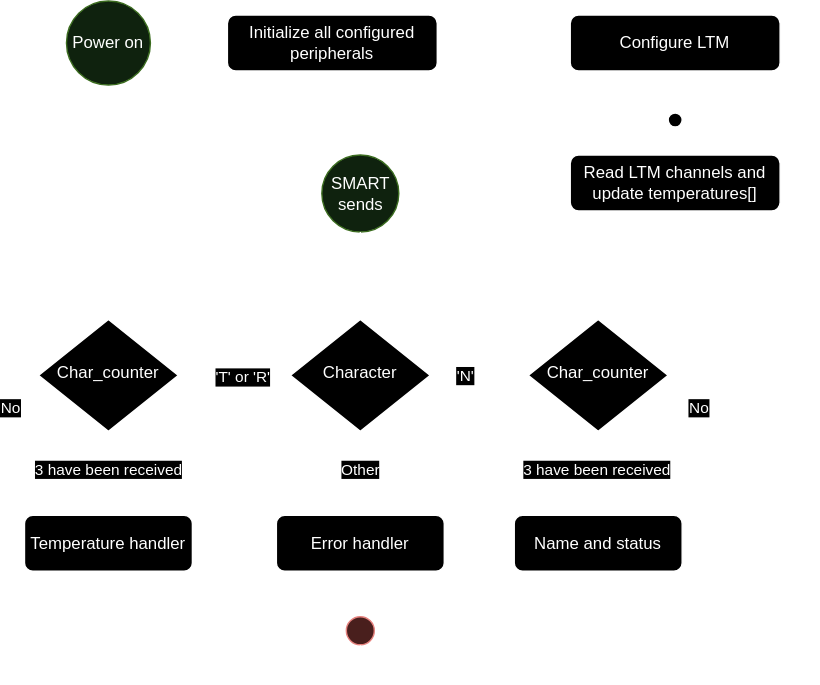
Earlier version of the draw.io export STM_LTM.svg (CCTVal/STM_LTM). Source tidied: cells renumbered, new cells last; positions are measured from the earlier drawing's top-left corner, leaving out a move shared by most shapes. The source it was exported from:
```xml
<mxGraphModel>
  <root>
    <mxCell id="0" />
    <mxCell id="1" parent="0" />
    <mxCell id="2" style="edgeStyle=orthogonalEdgeStyle;rounded=0;jettySize=auto;html=1;" parent="1" edge="1" source="3" target="14">
      <mxGeometry relative="1" as="geometry" />
    </mxCell>
    <mxCell id="3" value="Initialize all configured peripherals" style="rounded=1;whiteSpace=wrap;html=1;fontSize=12;glass=0;strokeWidth=1;shadow=0;" parent="1" vertex="1">
      <mxGeometry x="145" y="10" width="150" height="40" as="geometry" />
    </mxCell>
    <mxCell id="4" style="rounded=0;html=1;jettySize=auto;fontSize=11;endArrow=block;endFill=0;endSize=8;strokeWidth=1;shadow=0;labelBackgroundColor=none;edgeStyle=orthogonalEdgeStyle;" parent="1" edge="1" source="10" target="12">
      <mxGeometry x="-0.25" y="50" relative="1" as="geometry" />
    </mxCell>
    <mxCell id="5" value="Other" style="edgeLabel;html=1;align=center;verticalAlign=middle;" parent="4" vertex="1">
      <mxGeometry x="-0.11" y="-1" relative="1" as="geometry" />
    </mxCell>
    <mxCell id="6" style="edgeStyle=orthogonalEdgeStyle;rounded=0;jettySize=auto;html=1;" parent="1" edge="1" source="10" target="29">
      <mxGeometry relative="1" as="geometry" />
    </mxCell>
    <mxCell id="7" value="'N'" style="edgeLabel;html=1;align=center;verticalAlign=middle;" parent="6" vertex="1">
      <mxGeometry x="-0.32" relative="1" as="geometry">
        <mxPoint x="1" as="offset" />
      </mxGeometry>
    </mxCell>
    <mxCell id="8" style="edgeStyle=orthogonalEdgeStyle;rounded=0;jettySize=auto;html=1;" parent="1" edge="1" source="10" target="37">
      <mxGeometry relative="1" as="geometry" />
    </mxCell>
    <mxCell id="9" value="'T' or 'R'" style="edgeLabel;html=1;align=center;verticalAlign=middle;" parent="8" vertex="1">
      <mxGeometry x="-0.15" y="1" relative="1" as="geometry" />
    </mxCell>
    <mxCell id="10" value="Character" style="rhombus;whiteSpace=wrap;html=1;shadow=0;fontFamily=Helvetica;fontSize=12;align=center;strokeWidth=1;spacing=6;spacingTop=-4;" parent="1" vertex="1">
      <mxGeometry x="190" y="227.5" width="100" height="80" as="geometry" />
    </mxCell>
    <mxCell id="11" style="edgeStyle=orthogonalEdgeStyle;rounded=0;jettySize=auto;html=1;" parent="1" edge="1" source="12" target="32">
      <mxGeometry relative="1" as="geometry" />
    </mxCell>
    <mxCell id="12" value="Error handler" style="rounded=1;whiteSpace=wrap;html=1;fontSize=12;glass=0;strokeWidth=1;shadow=0;" parent="1" vertex="1">
      <mxGeometry x="180" y="367.5" width="120" height="40" as="geometry" />
    </mxCell>
    <mxCell id="13" style="edgeStyle=orthogonalEdgeStyle;rounded=0;jettySize=auto;html=1;" parent="1" edge="1" source="18" target="16">
      <mxGeometry relative="1" as="geometry" />
    </mxCell>
    <mxCell id="14" value="Configure LTM" style="rounded=1;whiteSpace=wrap;html=1;fontSize=12;glass=0;strokeWidth=1;shadow=0;" parent="1" vertex="1">
      <mxGeometry x="390" y="10" width="150" height="40" as="geometry" />
    </mxCell>
    <mxCell id="15" style="edgeStyle=orthogonalEdgeStyle;rounded=0;jettySize=auto;html=1;exitX=1;exitY=0.5;exitDx=0;exitDy=0;entryX=1;entryY=0.5;entryDx=0;entryDy=0;" parent="1" edge="1" source="16" target="18">
      <mxGeometry relative="1" as="geometry" />
    </mxCell>
    <mxCell id="16" value="&lt;div&gt;Read LTM channels and update temperatures[]&lt;/div&gt;" style="rounded=1;whiteSpace=wrap;html=1;fontSize=12;glass=0;strokeWidth=1;shadow=0;verticalAlign=middle;" parent="1" vertex="1">
      <mxGeometry x="390" y="110" width="150" height="40" as="geometry" />
    </mxCell>
    <mxCell id="17" style="edgeStyle=orthogonalEdgeStyle;rounded=0;jettySize=auto;html=1;" parent="1" edge="1" source="14" target="18">
      <mxGeometry relative="1" as="geometry" />
    </mxCell>
    <mxCell id="18" style="ellipse;whiteSpace=wrap;html=1;" parent="1" vertex="1">
      <mxGeometry x="460" y="80" width="10" height="10" as="geometry" />
    </mxCell>
    <mxCell id="19" style="edgeStyle=orthogonalEdgeStyle;rounded=0;jettySize=auto;html=1;" parent="1" edge="1" source="20" target="3">
      <mxGeometry relative="1" as="geometry" />
    </mxCell>
    <mxCell id="20" value="Power on" style="ellipse;whiteSpace=wrap;html=1;fillColor=#d5e8d4;strokeColor=#82b366;" parent="1" vertex="1">
      <mxGeometry x="30" width="60" height="60" as="geometry" />
    </mxCell>
    <mxCell id="21" value="SMART sends" style="ellipse;whiteSpace=wrap;html=1;fillColor=#d5e8d4;strokeColor=#82b366;" parent="1" vertex="1">
      <mxGeometry x="212.5" y="110" width="55" height="55" as="geometry" />
    </mxCell>
    <mxCell id="22" style="edgeStyle=orthogonalEdgeStyle;rounded=0;jettySize=auto;html=1;" parent="1" edge="1" source="21" target="10">
      <mxGeometry relative="1" as="geometry" />
    </mxCell>
    <mxCell id="23" style="edgeStyle=orthogonalEdgeStyle;rounded=0;jettySize=auto;html=1;exitX=0.5;exitY=1;exitDx=0;exitDy=0;entryX=0;entryY=0.5;entryDx=0;entryDy=0;" parent="1" edge="1" source="24" target="32">
      <mxGeometry relative="1" as="geometry" />
    </mxCell>
    <mxCell id="24" value="Temperature handler" style="rounded=1;whiteSpace=wrap;html=1;fontSize=12;glass=0;strokeWidth=1;shadow=0;" parent="1" vertex="1">
      <mxGeometry y="367.5" width="120" height="40" as="geometry" />
    </mxCell>
    <mxCell id="25" style="edgeStyle=orthogonalEdgeStyle;rounded=0;jettySize=auto;html=1;" parent="1" edge="1" source="29" target="31">
      <mxGeometry relative="1" as="geometry" />
    </mxCell>
    <mxCell id="26" value="3 have been received" style="edgeLabel;html=1;align=center;verticalAlign=middle;" parent="25" vertex="1">
      <mxGeometry x="-0.11" y="-2" relative="1" as="geometry" />
    </mxCell>
    <mxCell id="27" style="edgeStyle=orthogonalEdgeStyle;rounded=0;jettySize=auto;html=1;exitX=1;exitY=0.5;exitDx=0;exitDy=0;entryX=1;entryY=1;entryDx=0;entryDy=0;" parent="1" edge="1" source="29" target="32">
      <mxGeometry relative="1" as="geometry">
        <Array as="points">
          <mxPoint x="480" y="267" />
          <mxPoint x="480" y="480" />
          <mxPoint x="247" y="480" />
        </Array>
      </mxGeometry>
    </mxCell>
    <mxCell id="28" value="No" style="edgeLabel;html=1;align=center;verticalAlign=middle;" parent="27" vertex="1">
      <mxGeometry x="-0.95" y="-2" relative="1" as="geometry">
        <mxPoint x="8" y="21" as="offset" />
      </mxGeometry>
    </mxCell>
    <mxCell id="29" value="Char_counter" style="rhombus;whiteSpace=wrap;html=1;shadow=0;fontFamily=Helvetica;fontSize=12;align=center;strokeWidth=1;spacing=6;spacingTop=-4;" parent="1" vertex="1">
      <mxGeometry x="360" y="227.5" width="100" height="80" as="geometry" />
    </mxCell>
    <mxCell id="30" style="edgeStyle=orthogonalEdgeStyle;rounded=0;jettySize=auto;html=1;exitX=0.5;exitY=1;exitDx=0;exitDy=0;entryX=1;entryY=0.5;entryDx=0;entryDy=0;" parent="1" edge="1" source="31" target="32">
      <mxGeometry relative="1" as="geometry" />
    </mxCell>
    <mxCell id="31" value="Name and status&lt;span style=&quot;color: rgba(0, 0, 0, 0); font-family: monospace; font-size: 0px; text-align: start; text-wrap: nowrap;&quot;&gt;%3CmxGraphModel%3E%3Croot%3E%3CmxCell%20id%3D%220%22%2F%3E%3CmxCell%20id%3D%221%22%20parent%3D%220%22%2F%3E%3CmxCell%20id%3D%222%22%20value%3D%22Repair%20Lamp%22%20style%3D%22rounded%3D1%3BwhiteSpace%3Dwrap%3Bhtml%3D1%3BfontSize%3D12%3Bglass%3D0%3BstrokeWidth%3D1%3Bshadow%3D0%3B%22%20vertex%3D%221%22%20parent%3D%221%22%3E%3CmxGeometry%20x%3D%22142.5%22%20y%3D%22430%22%20width%3D%22120%22%20height%3D%2240%22%20as%3D%22geometry%22%2F%3E%3C%2FmxCell%3E%3C%2Froot%3E%3C%2FmxGraphModel%3E&lt;/span&gt;" style="rounded=1;whiteSpace=wrap;html=1;fontSize=12;glass=0;strokeWidth=1;shadow=0;" parent="1" vertex="1">
      <mxGeometry x="350" y="367.5" width="120" height="40" as="geometry" />
    </mxCell>
    <mxCell id="32" style="ellipse;whiteSpace=wrap;html=1;fillColor=#f8cecc;strokeColor=#b85450;" parent="1" vertex="1">
      <mxGeometry x="230" y="440" width="20" height="20" as="geometry" />
    </mxCell>
    <mxCell id="33" style="edgeStyle=orthogonalEdgeStyle;rounded=0;jettySize=auto;html=1;" parent="1" edge="1" source="37" target="24">
      <mxGeometry relative="1" as="geometry" />
    </mxCell>
    <mxCell id="34" value="3 have been received" style="edgeLabel;html=1;align=center;verticalAlign=middle;" parent="33" vertex="1">
      <mxGeometry x="-0.12" y="-1" relative="1" as="geometry">
        <mxPoint y="1" as="offset" />
      </mxGeometry>
    </mxCell>
    <mxCell id="35" style="edgeStyle=orthogonalEdgeStyle;rounded=0;jettySize=auto;html=1;exitX=0;exitY=0.5;exitDx=0;exitDy=0;entryX=0.5;entryY=1;entryDx=0;entryDy=0;" parent="1" edge="1" source="37" target="32">
      <mxGeometry relative="1" as="geometry" />
    </mxCell>
    <mxCell id="36" value="No" style="edgeLabel;html=1;align=center;verticalAlign=middle;" parent="35" vertex="1">
      <mxGeometry x="-0.94" y="1" relative="1" as="geometry">
        <mxPoint x="-6" y="22" as="offset" />
      </mxGeometry>
    </mxCell>
    <mxCell id="37" value="Char_counter" style="rhombus;whiteSpace=wrap;html=1;shadow=0;fontFamily=Helvetica;fontSize=12;align=center;strokeWidth=1;spacing=6;spacingTop=-4;" parent="1" vertex="1">
      <mxGeometry x="10" y="227.5" width="100" height="80" as="geometry" />
    </mxCell>
  </root>
</mxGraphModel>
```
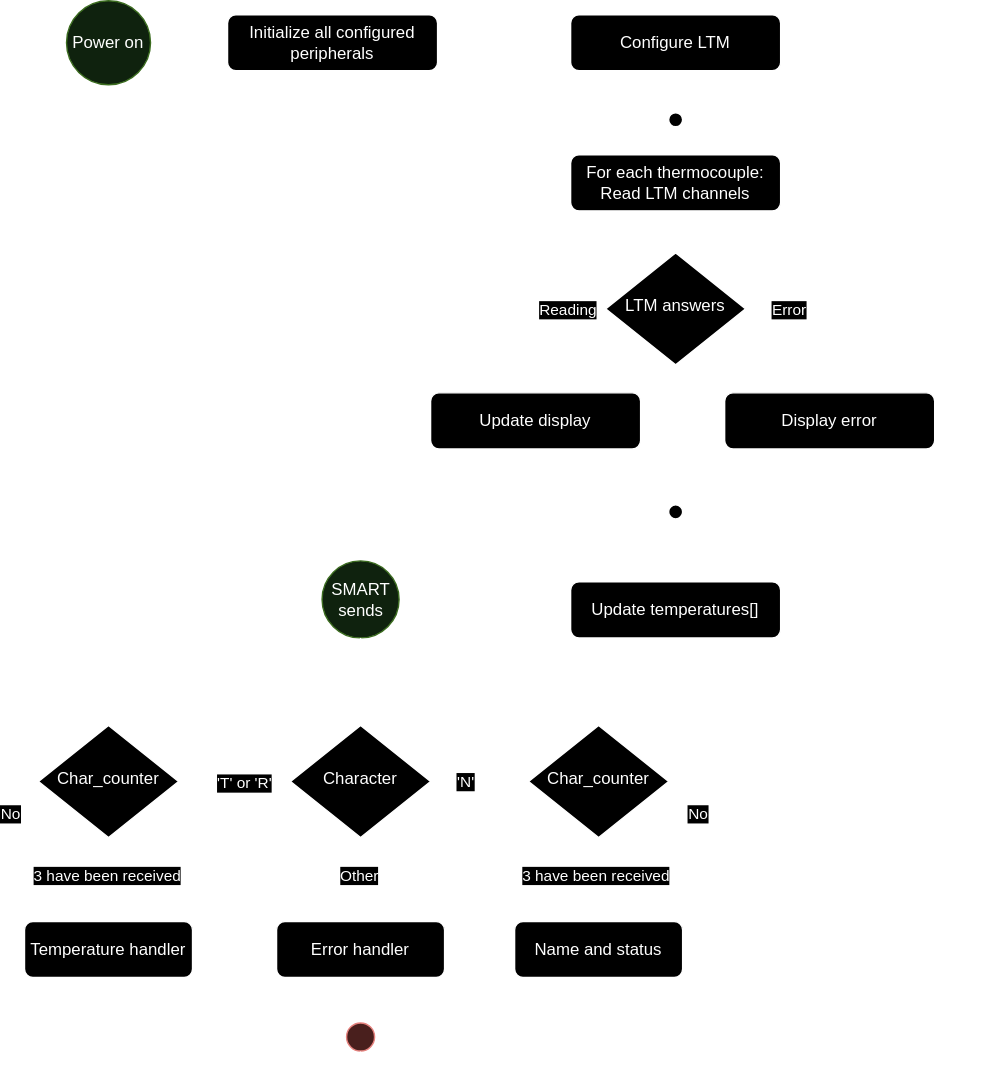
After the change.

Commit message:
Integrated a LED display

What changed in the source:
```diff
@@ -6,7 +6,7 @@
       <mxGeometry relative="1" as="geometry" />
     </mxCell>
     <mxCell id="3" value="Initialize all configured peripherals" style="rounded=1;whiteSpace=wrap;html=1;fontSize=12;glass=0;strokeWidth=1;shadow=0;" parent="1" vertex="1">
-      <mxGeometry x="145" y="10" width="150" height="40" as="geometry" />
+      <mxGeometry x="145" y="-280" width="150" height="40" as="geometry" />
     </mxCell>
     <mxCell id="4" style="rounded=0;html=1;jettySize=auto;fontSize=11;endArrow=block;endFill=0;endSize=8;strokeWidth=1;shadow=0;labelBackgroundColor=none;edgeStyle=orthogonalEdgeStyle;" parent="1" edge="1" source="10" target="12">
       <mxGeometry x="-0.25" y="50" relative="1" as="geometry" />
@@ -41,25 +41,25 @@
       <mxGeometry relative="1" as="geometry" />
     </mxCell>
     <mxCell id="14" value="Configure LTM" style="rounded=1;whiteSpace=wrap;html=1;fontSize=12;glass=0;strokeWidth=1;shadow=0;" parent="1" vertex="1">
-      <mxGeometry x="390" y="10" width="150" height="40" as="geometry" />
+      <mxGeometry x="390" y="-280" width="150" height="40" as="geometry" />
     </mxCell>
-    <mxCell id="15" style="edgeStyle=orthogonalEdgeStyle;rounded=0;jettySize=auto;html=1;exitX=1;exitY=0.5;exitDx=0;exitDy=0;entryX=1;entryY=0.5;entryDx=0;entryDy=0;" parent="1" edge="1" source="16" target="18">
-      <mxGeometry relative="1" as="geometry" />
-    </mxCell>
+    <mxCell id="38" style="edgeStyle=orthogonalEdgeStyle;rounded=0;jettySize=auto;html=1;" parent="1" edge="1" source="16" target="43">
+      <mxGeometry relative="1" as="geometry" />
+    </mxCell>
-    <mxCell id="16" value="&lt;div&gt;Read LTM channels and update temperatures[]&lt;/div&gt;" style="rounded=1;whiteSpace=wrap;html=1;fontSize=12;glass=0;strokeWidth=1;shadow=0;verticalAlign=middle;" parent="1" vertex="1">
-      <mxGeometry x="390" y="110" width="150" height="40" as="geometry" />
+    <mxCell id="16" value="&lt;div&gt;For each thermocouple: Read LTM channels&lt;/div&gt;" style="rounded=1;whiteSpace=wrap;html=1;fontSize=12;glass=0;strokeWidth=1;shadow=0;verticalAlign=middle;" parent="1" vertex="1">
+      <mxGeometry x="390" y="-180" width="150" height="40" as="geometry" />
     </mxCell>
     <mxCell id="17" style="edgeStyle=orthogonalEdgeStyle;rounded=0;jettySize=auto;html=1;" parent="1" edge="1" source="14" target="18">
       <mxGeometry relative="1" as="geometry" />
     </mxCell>
     <mxCell id="18" style="ellipse;whiteSpace=wrap;html=1;" parent="1" vertex="1">
-      <mxGeometry x="460" y="80" width="10" height="10" as="geometry" />
+      <mxGeometry x="460" y="-210" width="10" height="10" as="geometry" />
     </mxCell>
     <mxCell id="19" style="edgeStyle=orthogonalEdgeStyle;rounded=0;jettySize=auto;html=1;" parent="1" edge="1" source="20" target="3">
       <mxGeometry relative="1" as="geometry" />
     </mxCell>
     <mxCell id="20" value="Power on" style="ellipse;whiteSpace=wrap;html=1;fillColor=#d5e8d4;strokeColor=#82b366;" parent="1" vertex="1">
-      <mxGeometry x="30" width="60" height="60" as="geometry" />
+      <mxGeometry x="30" y="-290" width="60" height="60" as="geometry" />
     </mxCell>
     <mxCell id="21" value="SMART sends" style="ellipse;whiteSpace=wrap;html=1;fillColor=#d5e8d4;strokeColor=#82b366;" parent="1" vertex="1">
       <mxGeometry x="212.5" y="110" width="55" height="55" as="geometry" />
@@ -124,5 +124,49 @@
     <mxCell id="37" value="Char_counter" style="rhombus;whiteSpace=wrap;html=1;shadow=0;fontFamily=Helvetica;fontSize=12;align=center;strokeWidth=1;spacing=6;spacingTop=-4;" parent="1" vertex="1">
       <mxGeometry x="10" y="227.5" width="100" height="80" as="geometry" />
     </mxCell>
+    <mxCell id="39" style="edgeStyle=orthogonalEdgeStyle;rounded=0;jettySize=auto;html=1;exitX=1;exitY=0.5;exitDx=0;exitDy=0;" parent="1" edge="1" source="43" target="45">
+      <mxGeometry relative="1" as="geometry" />
+    </mxCell>
+    <mxCell id="40" value="Error" style="edgeLabel;html=1;align=center;verticalAlign=middle;" parent="39" vertex="1">
+      <mxGeometry x="-0.49" y="-1" relative="1" as="geometry" />
+    </mxCell>
+    <mxCell id="41" style="edgeStyle=orthogonalEdgeStyle;rounded=0;jettySize=auto;html=1;exitX=0;exitY=0.5;exitDx=0;exitDy=0;" parent="1" edge="1" source="43" target="47">
+      <mxGeometry relative="1" as="geometry" />
+    </mxCell>
+    <mxCell id="42" value="Reading" style="edgeLabel;html=1;align=center;verticalAlign=middle;" parent="41" vertex="1">
+      <mxGeometry x="-0.51" y="1" relative="1" as="geometry" />
+    </mxCell>
+    <mxCell id="43" value="LTM answers" style="rhombus;whiteSpace=wrap;html=1;shadow=0;fontFamily=Helvetica;fontSize=12;align=center;strokeWidth=1;spacing=6;spacingTop=-4;" parent="1" vertex="1">
+      <mxGeometry x="415" y="-110" width="100" height="80" as="geometry" />
+    </mxCell>
+    <mxCell id="44" style="edgeStyle=orthogonalEdgeStyle;rounded=0;jettySize=auto;html=1;exitX=0.5;exitY=1;exitDx=0;exitDy=0;entryX=1;entryY=0.5;entryDx=0;entryDy=0;" parent="1" edge="1" source="45" target="49">
+      <mxGeometry relative="1" as="geometry" />
+    </mxCell>
+    <mxCell id="45" value="&lt;div&gt;Display error&lt;/div&gt;" style="rounded=1;whiteSpace=wrap;html=1;fontSize=12;glass=0;strokeWidth=1;shadow=0;verticalAlign=middle;" parent="1" vertex="1">
+      <mxGeometry x="500" y="-10" width="150" height="40" as="geometry" />
+    </mxCell>
+    <mxCell id="46" style="edgeStyle=orthogonalEdgeStyle;rounded=0;jettySize=auto;html=1;exitX=0.5;exitY=1;exitDx=0;exitDy=0;entryX=0;entryY=0.5;entryDx=0;entryDy=0;" parent="1" edge="1" source="47" target="49">
+      <mxGeometry relative="1" as="geometry" />
+    </mxCell>
+    <mxCell id="47" value="&lt;div&gt;Update display&lt;/div&gt;" style="rounded=1;whiteSpace=wrap;html=1;fontSize=12;glass=0;strokeWidth=1;shadow=0;verticalAlign=middle;" parent="1" vertex="1">
+      <mxGeometry x="290" y="-10" width="150" height="40" as="geometry" />
+    </mxCell>
+    <mxCell id="48" style="edgeStyle=orthogonalEdgeStyle;rounded=0;jettySize=auto;html=1;" parent="1" edge="1" source="49" target="51">
+      <mxGeometry relative="1" as="geometry" />
+    </mxCell>
+    <mxCell id="49" style="ellipse;whiteSpace=wrap;html=1;" parent="1" vertex="1">
+      <mxGeometry x="460" y="70" width="10" height="10" as="geometry" />
+    </mxCell>
+    <mxCell id="50" style="edgeStyle=orthogonalEdgeStyle;rounded=0;jettySize=auto;html=1;exitX=1;exitY=0.5;exitDx=0;exitDy=0;entryX=1;entryY=0.5;entryDx=0;entryDy=0;" parent="1" edge="1" source="51" target="18">
+      <mxGeometry relative="1" as="geometry">
+        <Array as="points">
+          <mxPoint x="680" y="145" />
+          <mxPoint x="680" y="-205" />
+        </Array>
+      </mxGeometry>
+    </mxCell>
+    <mxCell id="51" value="&lt;div&gt;Update temperatures[]&lt;/div&gt;" style="rounded=1;whiteSpace=wrap;html=1;fontSize=12;glass=0;strokeWidth=1;shadow=0;verticalAlign=middle;" parent="1" vertex="1">
+      <mxGeometry x="390" y="125" width="150" height="40" as="geometry" />
+    </mxCell>
   </root>
 </mxGraphModel>
```
